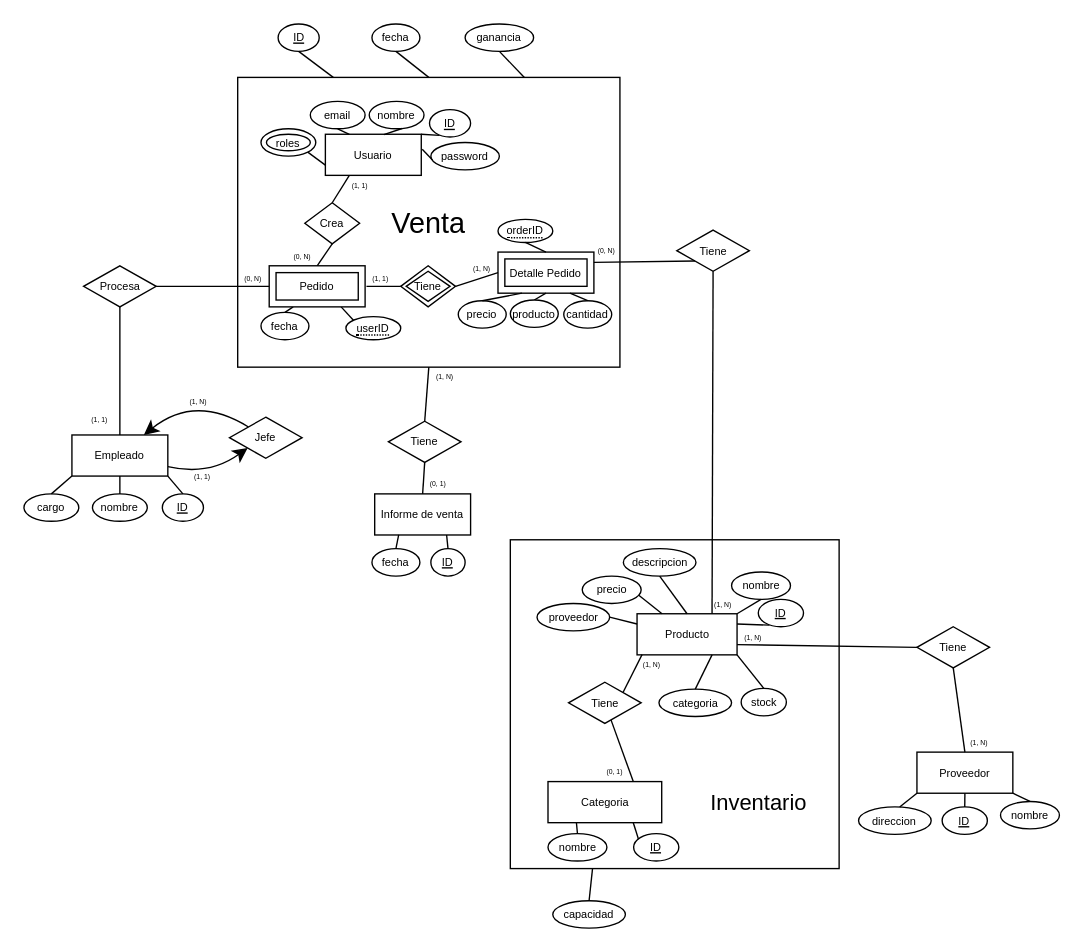
Before: Diagrama sin título.drawio in SergioMir018/Inventario-FE, a draw.io diagram. Source tidied: cells renumbered, new cells numbered last; positions are measured from the earlier drawing's top-left corner, leaving out a move shared by most shapes. Both pictures are drawn from the tidied source at 137%, with x=0, y=0 at pixel (23, 23).
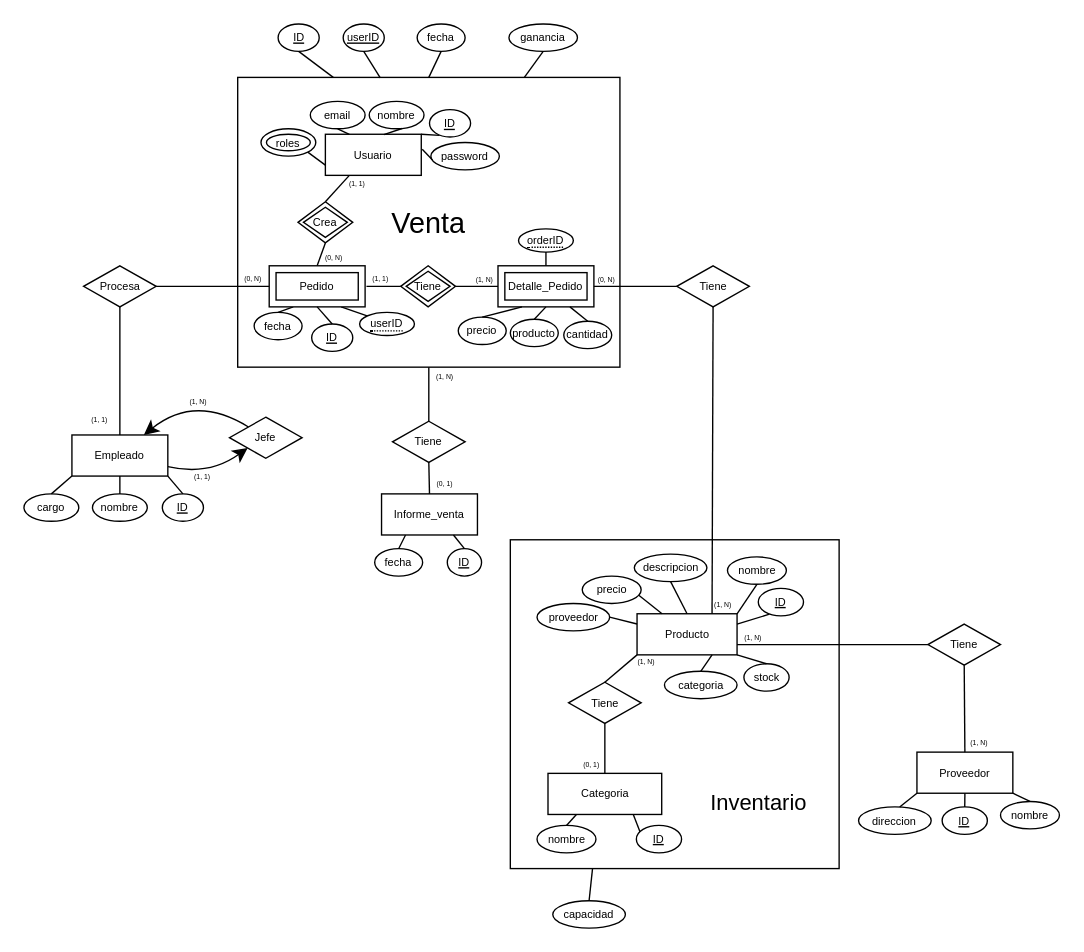
The same page after the edit.

Unchanged cells that the change refers to:
```xml
<mxCell id="3" value="Venta" style="whiteSpace=wrap;html=1;align=center;fontSize=21;shadow=0;" parent="1" vertex="1">
  <mxGeometry x="156" y="39" width="279" height="211.5" as="geometry" />
</mxCell>
<mxCell id="14" value="Producto" style="rounded=0;whiteSpace=wrap;html=1;fontSize=8;labelBackgroundColor=none;shadow=0;" parent="1" vertex="1">
  <mxGeometry x="447.5" y="430.5" width="73" height="30" as="geometry" />
</mxCell>
<mxCell id="36" value="Tiene" style="shape=rhombus;perimeter=rhombusPerimeter;whiteSpace=wrap;html=1;align=center;fontSize=8;shadow=0;" parent="1" vertex="1">
  <mxGeometry x="397.5" y="480.5" width="53" height="30" as="geometry" />
</mxCell>
<mxCell id="76" value="Pedido" style="shape=ext;margin=3;double=1;whiteSpace=wrap;html=1;align=center;fontSize=8;shadow=0;" parent="1" vertex="1">
  <mxGeometry x="179" y="176.5" width="70" height="30" as="geometry" />
</mxCell>
```

The edit, as a diff of the source:
```diff
@@
     <mxCell id="16" value="&lt;u style=&quot;font-size: 8px;&quot;&gt;ID&lt;/u&gt;" style="ellipse;whiteSpace=wrap;html=1;rounded=0;labelBackgroundColor=none;fontSize=8;shadow=0;" parent="1" vertex="1">
-      <mxGeometry x="536" y="420" width="33" height="20" as="geometry" />
+      <mxGeometry x="536" y="412" width="33" height="20" as="geometry" />
     </mxCell>
     <mxCell id="17" value="&lt;font style=&quot;font-size: 8px;&quot;&gt;nombre&lt;/font&gt;" style="ellipse;whiteSpace=wrap;html=1;rounded=0;labelBackgroundColor=none;fontSize=8;shadow=0;" parent="1" vertex="1">
-      <mxGeometry x="516.5" y="400" width="43" height="20" as="geometry" />
+      <mxGeometry x="513.5" y="389" width="43" height="20" as="geometry" />
     </mxCell>
@@
     <mxCell id="19" value="descripcion" style="ellipse;whiteSpace=wrap;html=1;rounded=0;labelBackgroundColor=none;fontSize=8;shadow=0;" parent="1" vertex="1">
-      <mxGeometry x="437.5" y="383" width="53" height="20" as="geometry" />
+      <mxGeometry x="445.5" y="387" width="53" height="20" as="geometry" />
     </mxCell>
@@
     <mxCell id="21" value="&lt;font style=&quot;font-size: 8px;&quot;&gt;stock&lt;/font&gt;" style="ellipse;whiteSpace=wrap;html=1;rounded=0;labelBackgroundColor=none;fontSize=8;shadow=0;" parent="1" vertex="1">
-      <mxGeometry x="523.5" y="485" width="33" height="20" as="geometry" />
+      <mxGeometry x="525.5" y="467" width="33" height="20" as="geometry" />
     </mxCell>
@@
     <mxCell id="25" value="Categoria" style="rounded=0;whiteSpace=wrap;html=1;fontSize=8;labelBackgroundColor=none;shadow=0;" parent="1" vertex="1">
-      <mxGeometry x="382.5" y="553" width="83" height="30" as="geometry" />
+      <mxGeometry x="382.5" y="547" width="83" height="30" as="geometry" />
     </mxCell>
@@
     <mxCell id="27" value="&lt;u style=&quot;font-size: 8px;&quot;&gt;ID&lt;/u&gt;" style="ellipse;whiteSpace=wrap;html=1;rounded=0;labelBackgroundColor=none;fontSize=8;shadow=0;" parent="1" vertex="1">
-      <mxGeometry x="445" y="591" width="33" height="20" as="geometry" />
+      <mxGeometry x="447" y="585" width="33" height="20" as="geometry" />
     </mxCell>
     <mxCell id="28" value="&lt;font style=&quot;font-size: 8px;&quot;&gt;nombre&lt;/font&gt;" style="ellipse;whiteSpace=wrap;html=1;rounded=0;labelBackgroundColor=none;fontSize=8;shadow=0;" parent="1" vertex="1">
-      <mxGeometry x="382.5" y="591" width="43" height="20" as="geometry" />
+      <mxGeometry x="374.5" y="585" width="43" height="20" as="geometry" />
     </mxCell>
@@
     <mxCell id="30" value="categoria" style="ellipse;whiteSpace=wrap;html=1;rounded=0;labelBackgroundColor=none;fontSize=8;shadow=0;" parent="1" vertex="1">
-      <mxGeometry x="463.5" y="485.5" width="53" height="20" as="geometry" />
+      <mxGeometry x="467.5" y="472.5" width="53" height="20" as="geometry" />
     </mxCell>
@@
-    <mxCell id="32" style="endArrow=none;html=1;rounded=0;fontSize=12;startSize=8;endSize=8;curved=1;exitX=0.75;exitY=0;exitDx=0;exitDy=0;labelBackgroundColor=none;fontColor=default;shadow=0;" parent="1" edge="1" source="25" target="36">
+    <mxCell id="32" style="endArrow=none;html=1;rounded=0;fontSize=12;startSize=8;endSize=8;curved=1;exitX=0.5;exitY=0;exitDx=0;exitDy=0;labelBackgroundColor=none;fontColor=default;shadow=0;" parent="1" edge="1" source="25" target="36">
       <mxGeometry relative="1" as="geometry" />
     </mxCell>
-    <mxCell id="33" style="endArrow=none;html=1;rounded=0;fontSize=12;startSize=8;endSize=8;curved=1;exitX=1;exitY=0;exitDx=0;exitDy=0;entryX=0.05;entryY=0.993;entryDx=0;entryDy=0;entryPerimeter=0;labelBackgroundColor=none;fontColor=default;shadow=0;" parent="1" edge="1" source="36" target="14">
+    <mxCell id="33" style="endArrow=none;html=1;rounded=0;fontSize=12;startSize=8;endSize=8;curved=1;exitX=0.5;exitY=0;exitDx=0;exitDy=0;entryX=0;entryY=1;entryDx=0;entryDy=0;labelBackgroundColor=none;fontColor=default;shadow=0;" parent="1" edge="1" source="36" target="14">
       <mxGeometry relative="1" as="geometry" />
     </mxCell>
@@
     <mxCell id="37" value="&lt;span style=&quot;font-size: 5px;&quot;&gt;(1, N)&lt;/span&gt;" style="text;html=1;align=center;verticalAlign=middle;strokeColor=none;fillColor=none;fontSize=16;shadow=0;" parent="1" vertex="1">
-      <mxGeometry x="437.5" y="448.5" width="40" height="30" as="geometry" />
+      <mxGeometry x="433.5" y="446.5" width="40" height="30" as="geometry" />
     </mxCell>
     <mxCell id="38" value="&lt;font style=&quot;font-size: 5px;&quot;&gt;(0, 1)&lt;/font&gt;" style="text;html=1;align=center;verticalAlign=middle;strokeColor=none;fillColor=none;fontSize=16;shadow=0;" parent="1" vertex="1">
-      <mxGeometry x="411" y="527" width="40" height="30" as="geometry" />
+      <mxGeometry x="394" y="522" width="40" height="30" as="geometry" />
     </mxCell>
@@
     <mxCell id="40" value="fecha" style="ellipse;whiteSpace=wrap;html=1;align=center;fontSize=8;shadow=0;" parent="1" vertex="1">
-      <mxGeometry x="173" y="210.5" width="35" height="20" as="geometry" />
+      <mxGeometry x="168" y="210.5" width="35" height="20" as="geometry" />
     </mxCell>
@@
-    <mxCell id="42" value="Detalle Pedido" style="shape=ext;margin=3;double=1;whiteSpace=wrap;html=1;align=center;fontSize=8;shadow=0;" parent="1" vertex="1">
-      <mxGeometry x="346" y="166.5" width="70" height="30" as="geometry" />
+    <mxCell id="42" value="Detalle_Pedido" style="shape=ext;margin=3;double=1;whiteSpace=wrap;html=1;align=center;fontSize=8;shadow=0;" parent="1" vertex="1">
+      <mxGeometry x="346" y="176.5" width="70" height="30" as="geometry" />
     </mxCell>
     <mxCell id="43" value="cantidad" style="ellipse;whiteSpace=wrap;html=1;align=center;fontSize=8;shadow=0;" parent="1" vertex="1">
-      <mxGeometry x="394" y="202" width="35" height="20" as="geometry" />
+      <mxGeometry x="394" y="217" width="35" height="20" as="geometry" />
     </mxCell>
     <mxCell id="44" value="precio" style="ellipse;whiteSpace=wrap;html=1;align=center;fontSize=8;shadow=0;" parent="1" vertex="1">
-      <mxGeometry x="317" y="202" width="35" height="20" as="geometry" />
+      <mxGeometry x="317" y="214" width="35" height="20" as="geometry" />
     </mxCell>
@@
     <mxCell id="50" value="&lt;span style=&quot;font-size: 5px;&quot;&gt;(1, N)&lt;/span&gt;" style="text;html=1;align=center;verticalAlign=middle;strokeColor=none;fillColor=none;fontSize=16;shadow=0;" parent="1" vertex="1">
-      <mxGeometry x="314" y="159.5" width="40" height="30" as="geometry" />
+      <mxGeometry x="316" y="167.5" width="40" height="30" as="geometry" />
     </mxCell>
@@
-    <mxCell id="52" value="Crea" style="shape=rhombus;perimeter=rhombusPerimeter;whiteSpace=wrap;html=1;align=center;fontSize=8;shadow=0;" parent="1" vertex="1">
-      <mxGeometry x="205" y="130.5" width="40" height="30" as="geometry" />
-    </mxCell>
@@
     <mxCell id="55" value="&lt;span style=&quot;font-size: 5px;&quot;&gt;(1, 1)&lt;/span&gt;" style="text;html=1;align=center;verticalAlign=middle;strokeColor=none;fillColor=none;fontSize=16;shadow=0;" parent="1" vertex="1">
-      <mxGeometry x="225" y="98.5" width="40" height="30" as="geometry" />
+      <mxGeometry x="223" y="97.5" width="40" height="30" as="geometry" />
     </mxCell>
     <mxCell id="56" value="&lt;span style=&quot;font-size: 5px;&quot;&gt;(0, N)&lt;/span&gt;" style="text;html=1;align=center;verticalAlign=middle;strokeColor=none;fillColor=none;fontSize=16;shadow=0;" parent="1" vertex="1">
-      <mxGeometry x="183" y="150.5" width="40" height="30" as="geometry" />
+      <mxGeometry x="205.5" y="151.6" width="40" height="30" as="geometry" />
     </mxCell>
-    <mxCell id="57" value="Informe de venta" style="whiteSpace=wrap;html=1;align=center;fontSize=8;shadow=0;" parent="1" vertex="1">
-      <mxGeometry x="256" y="343" width="70" height="30" as="geometry" />
+    <mxCell id="57" value="Informe_venta" style="whiteSpace=wrap;html=1;align=center;fontSize=8;shadow=0;" parent="1" vertex="1">
+      <mxGeometry x="261" y="343" width="70" height="30" as="geometry" />
     </mxCell>
@@
     <mxCell id="67" value="Tiene" style="shape=rhombus;perimeter=rhombusPerimeter;whiteSpace=wrap;html=1;align=center;fontSize=8;shadow=0;" parent="1" vertex="1">
-      <mxGeometry x="651.8" y="440" width="53" height="30" as="geometry" />
+      <mxGeometry x="659.8" y="438" width="53" height="30" as="geometry" />
     </mxCell>
@@
     <mxCell id="72" value="fecha" style="ellipse;whiteSpace=wrap;html=1;align=center;fontSize=8;shadow=0;" parent="1" vertex="1">
-      <mxGeometry x="254" y="383" width="35" height="20" as="geometry" />
+      <mxGeometry x="256" y="383" width="35" height="20" as="geometry" />
     </mxCell>
@@
     <mxCell id="74" value="&lt;u&gt;ID&lt;/u&gt;" style="ellipse;whiteSpace=wrap;html=1;align=center;fontSize=8;shadow=0;" parent="1" vertex="1">
-      <mxGeometry x="297" y="383" width="25" height="20" as="geometry" />
+      <mxGeometry x="309" y="383" width="25" height="20" as="geometry" />
     </mxCell>
@@
     <mxCell id="78" value="producto" style="ellipse;whiteSpace=wrap;html=1;align=center;fontSize=8;shadow=0;" parent="1" vertex="1">
-      <mxGeometry x="355" y="201.5" width="35" height="20" as="geometry" />
+      <mxGeometry x="355" y="215.5" width="35" height="20" as="geometry" />
     </mxCell>
     <mxCell id="79" value="&lt;span style=&quot;border-bottom: 1px dotted; font-size: 8px;&quot;&gt;orderID&lt;/span&gt;" style="ellipse;whiteSpace=wrap;html=1;align=center;fontSize=8;shadow=0;" parent="1" vertex="1">
-      <mxGeometry x="346" y="142.6" width="40" height="16.9" as="geometry" />
+      <mxGeometry x="361" y="149.6" width="40" height="16.9" as="geometry" />
     </mxCell>
@@
     <mxCell id="81" value="&lt;span style=&quot;border-bottom: 1px dotted; font-size: 8px;&quot;&gt;userID&lt;/span&gt;" style="ellipse;whiteSpace=wrap;html=1;align=center;fontSize=8;shadow=0;" parent="1" vertex="1">
-      <mxGeometry x="235" y="213.6" width="40" height="16.9" as="geometry" />
+      <mxGeometry x="245" y="210.5" width="40" height="16.9" as="geometry" />
     </mxCell>
     <mxCell id="82" value="Tiene" style="shape=rhombus;perimeter=rhombusPerimeter;whiteSpace=wrap;html=1;align=center;fontSize=8;shadow=0;" parent="1" vertex="1">
-      <mxGeometry x="266" y="290" width="53" height="30" as="geometry" />
+      <mxGeometry x="269" y="290" width="53" height="30" as="geometry" />
     </mxCell>
-    <mxCell id="83" style="endArrow=none;html=1;rounded=0;fontSize=12;startSize=8;endSize=8;curved=1;entryX=0.5;entryY=1;entryDx=0;entryDy=0;exitX=0.5;exitY=0;exitDx=0;exitDy=0;" parent="1" edge="1" source="82" target="3">
+    <mxCell id="83" style="endArrow=none;html=1;rounded=0;fontSize=12;startSize=8;endSize=8;curved=1;exitX=0.5;exitY=0;exitDx=0;exitDy=0;entryX=0.5;entryY=1;entryDx=0;entryDy=0;" parent="1" edge="1" source="82" target="3">
       <mxGeometry relative="1" as="geometry" />
     </mxCell>
@@
     <mxCell id="85" value="&lt;span style=&quot;font-size: 5px;&quot;&gt;(0, 1)&lt;/span&gt;" style="text;html=1;align=center;verticalAlign=middle;strokeColor=none;fillColor=none;fontSize=16;shadow=0;" parent="1" vertex="1">
-      <mxGeometry x="282" y="317" width="40" height="30" as="geometry" />
+      <mxGeometry x="287" y="317" width="40" height="30" as="geometry" />
     </mxCell>
@@
     <mxCell id="87" value="Tiene" style="shape=rhombus;perimeter=rhombusPerimeter;whiteSpace=wrap;html=1;align=center;fontSize=8;shadow=0;" parent="1" vertex="1">
-      <mxGeometry x="476.5" y="150.5" width="53" height="30" as="geometry" />
+      <mxGeometry x="476.5" y="176.5" width="53" height="30" as="geometry" />
     </mxCell>
-    <mxCell id="88" style="endArrow=none;html=1;rounded=0;fontSize=12;startSize=8;endSize=8;curved=1;exitX=1;exitY=0.25;exitDx=0;exitDy=0;entryX=0;entryY=1;entryDx=0;entryDy=0;labelBackgroundColor=none;fontColor=default;shadow=0;" parent="1" edge="1" source="42" target="87">
+    <mxCell id="88" style="endArrow=none;html=1;rounded=0;fontSize=12;startSize=8;endSize=8;curved=1;exitX=1;exitY=0.5;exitDx=0;exitDy=0;entryX=0;entryY=0.5;entryDx=0;entryDy=0;labelBackgroundColor=none;fontColor=default;shadow=0;" parent="1" edge="1" source="42" target="87">
       <mxGeometry relative="1" as="geometry" />
     </mxCell>
@@
     <mxCell id="91" value="&lt;span style=&quot;font-size: 5px;&quot;&gt;(0, N)&lt;/span&gt;" style="text;html=1;align=center;verticalAlign=middle;strokeColor=none;fillColor=none;fontSize=16;shadow=0;" parent="1" vertex="1">
-      <mxGeometry x="405" y="146.5" width="40" height="30" as="geometry" />
+      <mxGeometry x="405" y="167.5" width="40" height="30" as="geometry" />
     </mxCell>
@@
-    <mxCell id="108" style="edgeStyle=none;curved=1;rounded=0;orthogonalLoop=1;jettySize=auto;html=1;exitX=1;exitY=1;exitDx=0;exitDy=0;fontSize=12;startSize=8;endSize=8;" parent="1" edge="1" source="87" target="87">
-      <mxGeometry relative="1" as="geometry" />
-    </mxCell>
@@
     <mxCell id="111" value="fecha" style="ellipse;whiteSpace=wrap;html=1;align=center;fontSize=8;shadow=0;" parent="1" vertex="1">
-      <mxGeometry x="254" width="35" height="20" as="geometry" />
+      <mxGeometry x="287" width="35" height="20" as="geometry" />
     </mxCell>
@@
     <mxCell id="113" value="ganancia" style="ellipse;whiteSpace=wrap;html=1;rounded=0;labelBackgroundColor=none;fontSize=8;shadow=0;" parent="1" vertex="1">
-      <mxGeometry x="322" width="50" height="20" as="geometry" />
+      <mxGeometry x="354" width="50" height="20" as="geometry" />
     </mxCell>
@@
+    <mxCell id="119" value="&lt;u style=&quot;font-size: 8px;&quot;&gt;ID&lt;/u&gt;" style="ellipse;whiteSpace=wrap;html=1;rounded=0;labelBackgroundColor=none;fontSize=8;shadow=0;" parent="1" vertex="1">
+      <mxGeometry x="210" y="219" width="30" height="20" as="geometry" />
+    </mxCell>
+    <mxCell id="120" style="endArrow=none;html=1;rounded=0;fontSize=12;startSize=8;endSize=8;curved=1;entryX=0.5;entryY=1;entryDx=0;entryDy=0;exitX=0.5;exitY=0;exitDx=0;exitDy=0;" parent="1" edge="1" source="119" target="76">
+      <mxGeometry relative="1" as="geometry" />
+    </mxCell>
+    <mxCell id="52" value="Crea" style="shape=rhombus;double=1;perimeter=rhombusPerimeter;whiteSpace=wrap;html=1;align=center;fontSize=8;shadow=0;" parent="1" vertex="1">
+      <mxGeometry x="200" y="129.8" width="40" height="30" as="geometry" />
+    </mxCell>
+    <mxCell id="121" value="&lt;u&gt;userID&lt;/u&gt;" style="ellipse;whiteSpace=wrap;html=1;rounded=0;labelBackgroundColor=none;fontSize=8;shadow=0;" parent="1" vertex="1">
+      <mxGeometry x="233" width="30" height="20" as="geometry" />
+    </mxCell>
+    <mxCell id="122" style="endArrow=none;html=1;rounded=0;entryX=0.5;entryY=1;entryDx=0;entryDy=0;exitX=0.373;exitY=0.002;exitDx=0;exitDy=0;exitPerimeter=0;" parent="1" edge="1" source="3" target="121">
+      <mxGeometry relative="1" as="geometry" />
+    </mxCell>
```
